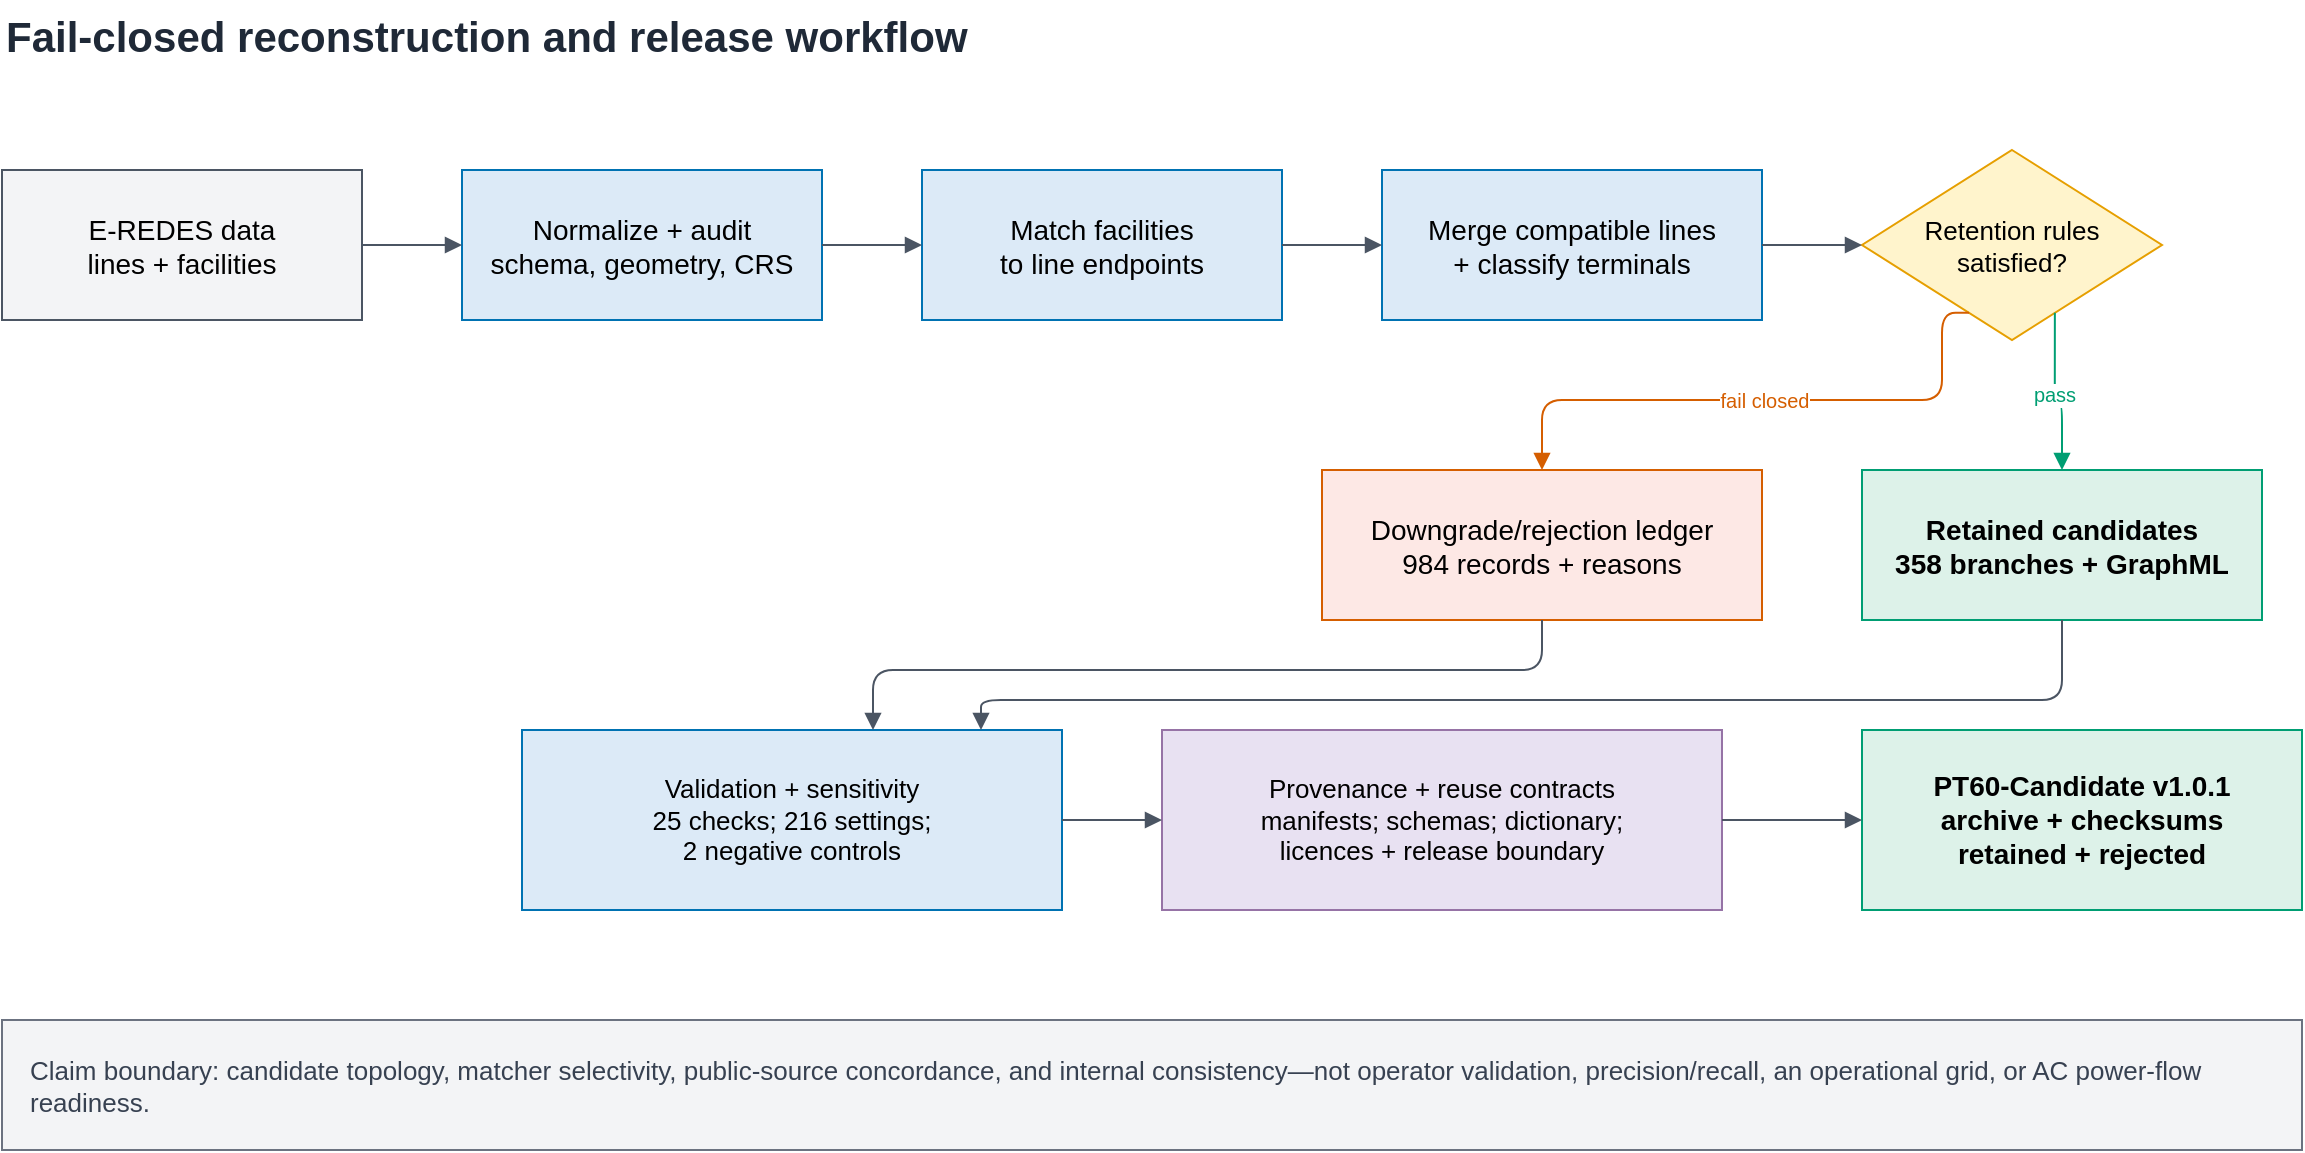
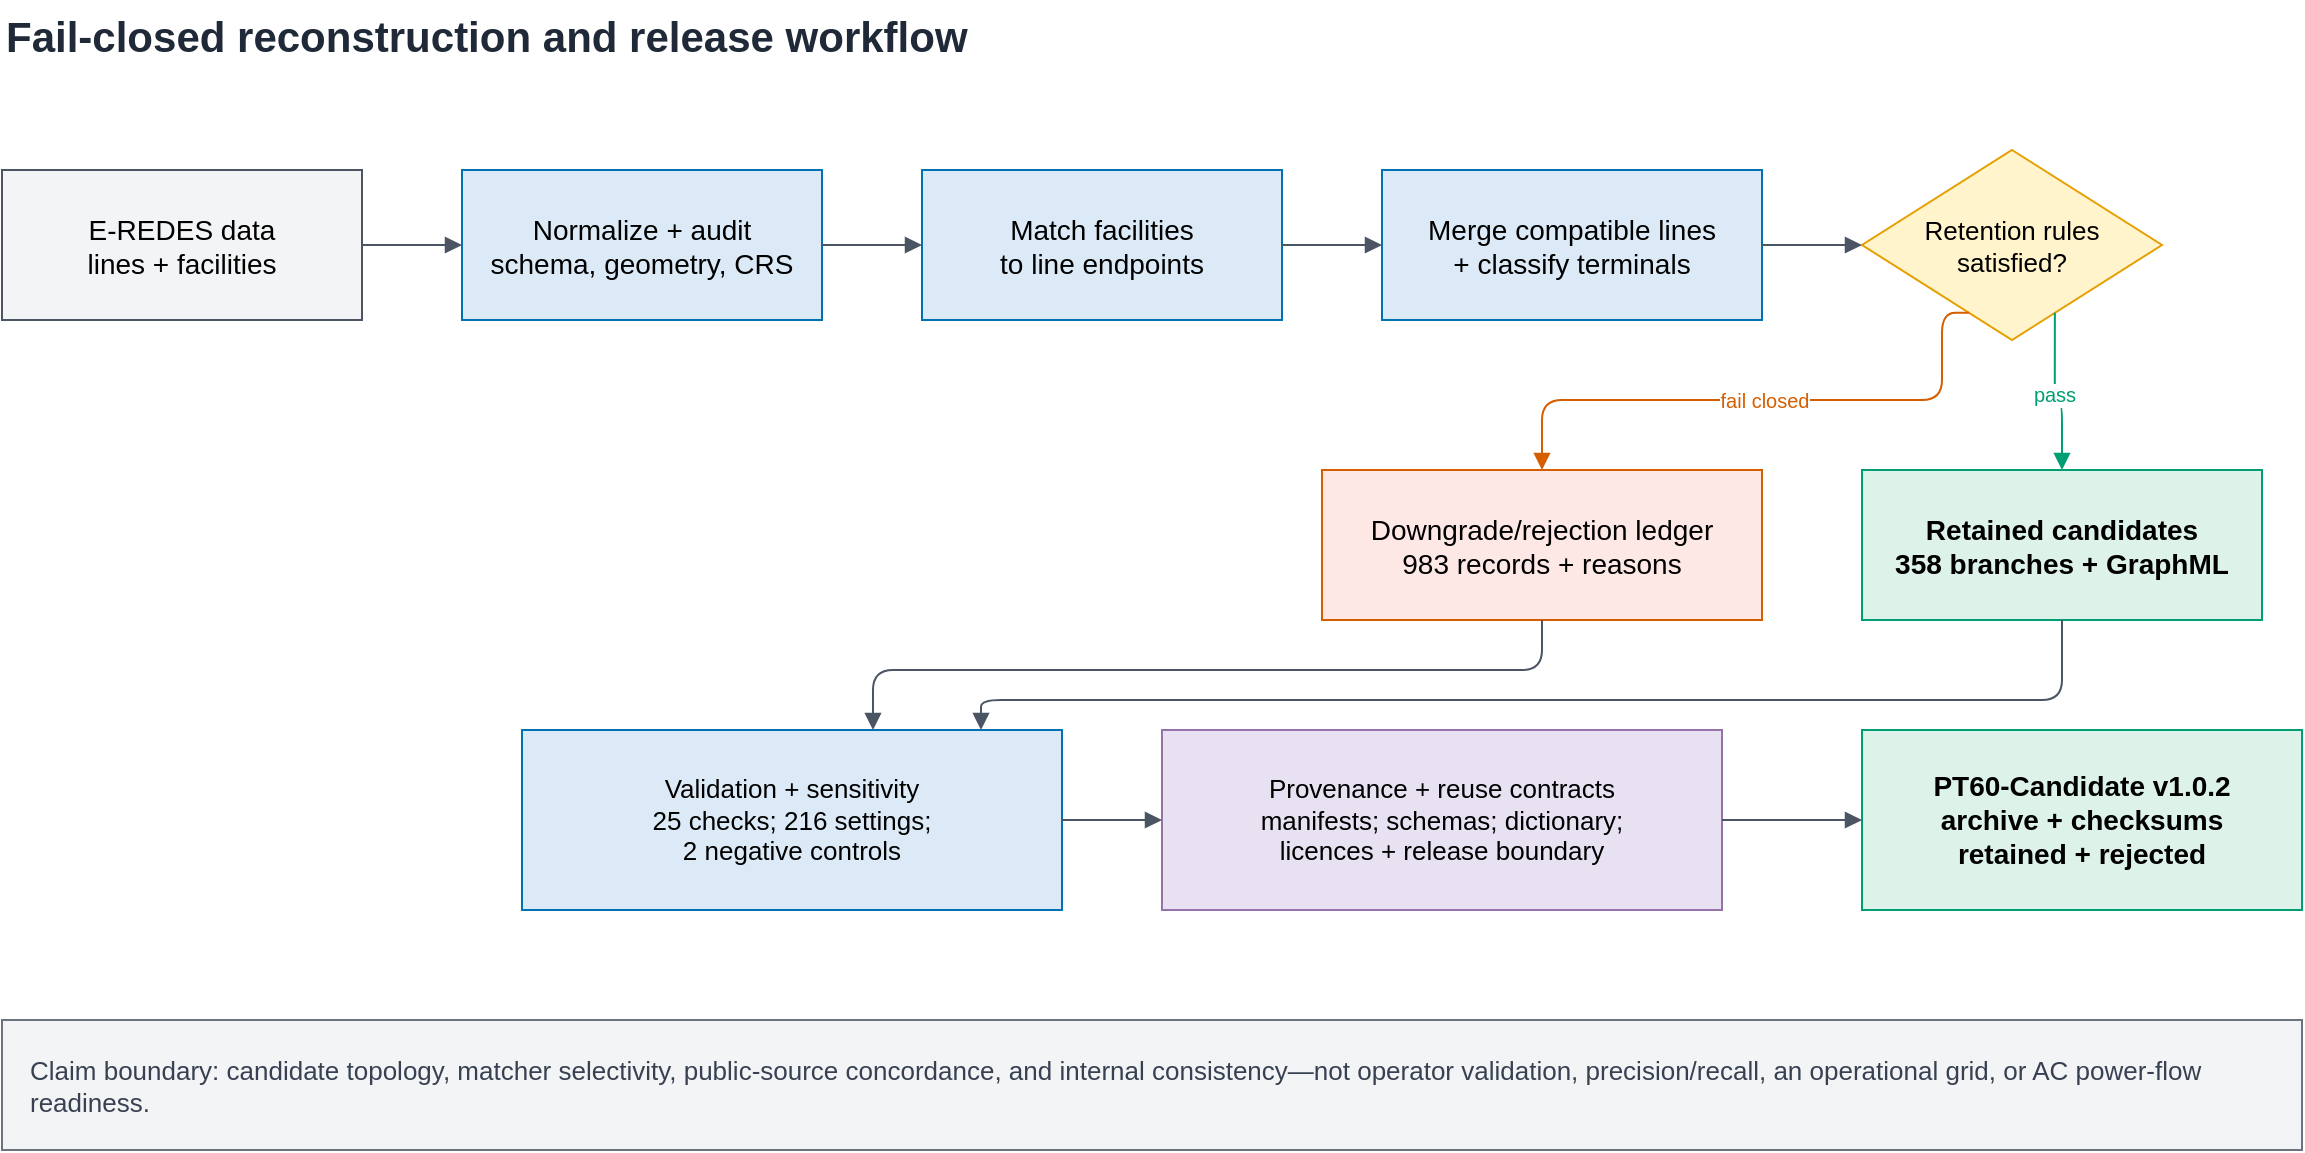
<?xml version="1.0" encoding="UTF-8"?>
<mxfile host="app.diagrams.net" modified="2026-07-14T00:00:00.000Z" agent="Codex" version="24.7.17">
  <diagram id="pipeline" name="Pipeline">
    <mxGraphModel dx="1422" dy="794" grid="1" gridSize="10" guides="1" tooltips="1" connect="1" arrows="1" fold="1" page="1" pageScale="1" pageWidth="1300" pageHeight="700" background="#FFFFFF" math="0" shadow="0">
      <root>
        <mxCell id="0"/>
        <mxCell id="1" parent="0"/>
        <mxCell id="title" value="Fail-closed reconstruction and release workflow" style="text;html=1;align=left;verticalAlign=middle;resizable=0;points=[];autosize=1;fontSize=21;fontStyle=1;fontColor=#1F2937;" vertex="1" parent="1"><mxGeometry x="40" y="25" width="650" height="35" as="geometry"/></mxCell>
        <mxCell id="raw" value="E-REDES data&#xa;lines + facilities" style="rounded=0;whiteSpace=wrap;html=1;fillColor=#F3F4F6;strokeColor=#4B5563;fontSize=14;" vertex="1" parent="1"><mxGeometry x="40" y="110" width="180" height="75" as="geometry"/></mxCell>
        <mxCell id="normalize" value="Normalize + audit&#xa;schema, geometry, CRS" style="rounded=0;whiteSpace=wrap;html=1;fillColor=#DCEAF7;strokeColor=#0072B2;fontSize=14;" vertex="1" parent="1"><mxGeometry x="270" y="110" width="180" height="75" as="geometry"/></mxCell>
        <mxCell id="facilities" value="Match facilities&#xa;to line endpoints" style="rounded=0;whiteSpace=wrap;html=1;fillColor=#DCEAF7;strokeColor=#0072B2;fontSize=14;" vertex="1" parent="1"><mxGeometry x="500" y="110" width="180" height="75" as="geometry"/></mxCell>
        <mxCell id="merge" value="Merge compatible lines&#xa;+ classify terminals" style="rounded=0;whiteSpace=wrap;html=1;fillColor=#DCEAF7;strokeColor=#0072B2;fontSize=14;" vertex="1" parent="1"><mxGeometry x="730" y="110" width="190" height="75" as="geometry"/></mxCell>
        <mxCell id="gate" value="Retention rules&#xa;satisfied?" style="rhombus;whiteSpace=wrap;html=1;fillColor=#FFF4CC;strokeColor=#E69F00;fontSize=13;" vertex="1" parent="1"><mxGeometry x="970" y="100" width="150" height="95" as="geometry"/></mxCell>
        <mxCell id="retained" value="Retained candidates&#xa;358 branches + GraphML" style="rounded=0;whiteSpace=wrap;html=1;fillColor=#DDF2E9;strokeColor=#009E73;fontSize=14;fontStyle=1;" vertex="1" parent="1"><mxGeometry x="970" y="260" width="200" height="75" as="geometry"/></mxCell>
-         <mxCell id="ledger" value="Downgrade/rejection ledger&#xa;984 records + reasons" style="rounded=0;whiteSpace=wrap;html=1;fillColor=#FDE8E5;strokeColor=#D55E00;fontSize=14;" vertex="1" parent="1"><mxGeometry x="700" y="260" width="220" height="75" as="geometry"/></mxCell>
+         <mxCell id="ledger" value="Downgrade/rejection ledger&#xa;983 records + reasons" style="rounded=0;whiteSpace=wrap;html=1;fillColor=#FDE8E5;strokeColor=#D55E00;fontSize=14;" vertex="1" parent="1"><mxGeometry x="700" y="260" width="220" height="75" as="geometry"/></mxCell>
        <mxCell id="validation" value="Validation + sensitivity&#xa;25 checks; 216 settings;&#xa;2 negative controls" style="rounded=0;whiteSpace=wrap;html=1;fillColor=#DCEAF7;strokeColor=#0072B2;fontSize=13;" vertex="1" parent="1"><mxGeometry x="300" y="390" width="270" height="90" as="geometry"/></mxCell>
        <mxCell id="metadata" value="Provenance + reuse contracts&#xa;manifests; schemas; dictionary;&#xa;licences + release boundary" style="rounded=0;whiteSpace=wrap;html=1;fillColor=#E8E1F2;strokeColor=#9673A6;fontSize=13;" vertex="1" parent="1"><mxGeometry x="620" y="390" width="280" height="90" as="geometry"/></mxCell>
-         <mxCell id="archive" value="PT60-Candidate v1.0.1&#xa;archive + checksums&#xa;retained + rejected" style="rounded=0;whiteSpace=wrap;html=1;fillColor=#DDF2E9;strokeColor=#009E73;fontSize=14;fontStyle=1;" vertex="1" parent="1"><mxGeometry x="970" y="390" width="220" height="90" as="geometry"/></mxCell>
+         <mxCell id="archive" value="PT60-Candidate v1.0.2&#xa;archive + checksums&#xa;retained + rejected" style="rounded=0;whiteSpace=wrap;html=1;fillColor=#DDF2E9;strokeColor=#009E73;fontSize=14;fontStyle=1;" vertex="1" parent="1"><mxGeometry x="970" y="390" width="220" height="90" as="geometry"/></mxCell>
        <mxCell id="boundary" value="Claim boundary: candidate topology, matcher selectivity, public-source concordance, and internal consistency—not operator validation, precision/recall, an operational grid, or AC power-flow readiness." style="rounded=0;whiteSpace=wrap;html=1;fillColor=#F3F4F6;strokeColor=#6B7280;fontSize=13;fontColor=#374151;align=left;spacingLeft=12;spacingRight=12;" vertex="1" parent="1"><mxGeometry x="40" y="535" width="1150" height="65" as="geometry"/></mxCell>

        <mxCell id="e1" style="edgeStyle=orthogonalEdgeStyle;rounded=1;orthogonalLoop=1;jettySize=auto;html=1;endArrow=block;endFill=1;strokeColor=#4B5563;exitX=1;exitY=0.5;entryX=0;entryY=0.5;" edge="1" parent="1" source="raw" target="normalize"><mxGeometry relative="1" as="geometry"/></mxCell>
        <mxCell id="e2" style="edgeStyle=orthogonalEdgeStyle;rounded=1;orthogonalLoop=1;jettySize=auto;html=1;endArrow=block;endFill=1;strokeColor=#4B5563;exitX=1;exitY=0.5;entryX=0;entryY=0.5;" edge="1" parent="1" source="normalize" target="facilities"><mxGeometry relative="1" as="geometry"/></mxCell>
        <mxCell id="e3" style="edgeStyle=orthogonalEdgeStyle;rounded=1;orthogonalLoop=1;jettySize=auto;html=1;endArrow=block;endFill=1;strokeColor=#4B5563;exitX=1;exitY=0.5;entryX=0;entryY=0.5;" edge="1" parent="1" source="facilities" target="merge"><mxGeometry relative="1" as="geometry"/></mxCell>
        <mxCell id="e4" style="edgeStyle=orthogonalEdgeStyle;rounded=1;orthogonalLoop=1;jettySize=auto;html=1;endArrow=block;endFill=1;strokeColor=#4B5563;exitX=1;exitY=0.5;entryX=0;entryY=0.5;" edge="1" parent="1" source="merge" target="gate"><mxGeometry relative="1" as="geometry"/></mxCell>
        <mxCell id="e5" value="pass" style="edgeStyle=orthogonalEdgeStyle;rounded=1;orthogonalLoop=1;jettySize=auto;html=1;endArrow=block;endFill=1;strokeColor=#009E73;fontColor=#009E73;fontSize=10;exitX=0.7;exitY=1;entryX=0.5;entryY=0;" edge="1" parent="1" source="gate" target="retained"><mxGeometry relative="1" as="geometry"/></mxCell>
        <mxCell id="e6" value="fail closed" style="edgeStyle=orthogonalEdgeStyle;rounded=1;orthogonalLoop=1;jettySize=auto;html=1;endArrow=block;endFill=1;strokeColor=#D55E00;fontColor=#D55E00;fontSize=10;exitX=0.3;exitY=1;entryX=0.5;entryY=0;" edge="1" parent="1" source="gate" target="ledger"><mxGeometry relative="1" as="geometry"><Array as="points"><mxPoint x="1010" y="225"/><mxPoint x="810" y="225"/></Array></mxGeometry></mxCell>
        <mxCell id="e7" style="edgeStyle=orthogonalEdgeStyle;rounded=1;orthogonalLoop=1;jettySize=auto;html=1;endArrow=block;endFill=1;strokeColor=#4B5563;exitX=0.5;exitY=1;entryX=0.65;entryY=0;" edge="1" parent="1" source="ledger" target="validation"><mxGeometry relative="1" as="geometry"><Array as="points"><mxPoint x="810" y="360"/><mxPoint x="475" y="360"/></Array></mxGeometry></mxCell>
        <mxCell id="e8" style="edgeStyle=orthogonalEdgeStyle;rounded=1;orthogonalLoop=1;jettySize=auto;html=1;endArrow=block;endFill=1;strokeColor=#4B5563;exitX=0.5;exitY=1;entryX=0.85;entryY=0;" edge="1" parent="1" source="retained" target="validation"><mxGeometry relative="1" as="geometry"><Array as="points"><mxPoint x="1070" y="375"/><mxPoint x="530" y="375"/></Array></mxGeometry></mxCell>
        <mxCell id="e10" style="edgeStyle=orthogonalEdgeStyle;rounded=1;orthogonalLoop=1;jettySize=auto;html=1;endArrow=block;endFill=1;strokeColor=#4B5563;exitX=1;exitY=0.5;entryX=0;entryY=0.5;" edge="1" parent="1" source="validation" target="metadata"><mxGeometry relative="1" as="geometry"/></mxCell>
        <mxCell id="e11" style="edgeStyle=orthogonalEdgeStyle;rounded=1;orthogonalLoop=1;jettySize=auto;html=1;endArrow=block;endFill=1;strokeColor=#4B5563;exitX=1;exitY=0.5;entryX=0;entryY=0.5;" edge="1" parent="1" source="metadata" target="archive"><mxGeometry relative="1" as="geometry"/></mxCell>
      </root>
    </mxGraphModel>
  </diagram>
</mxfile>
